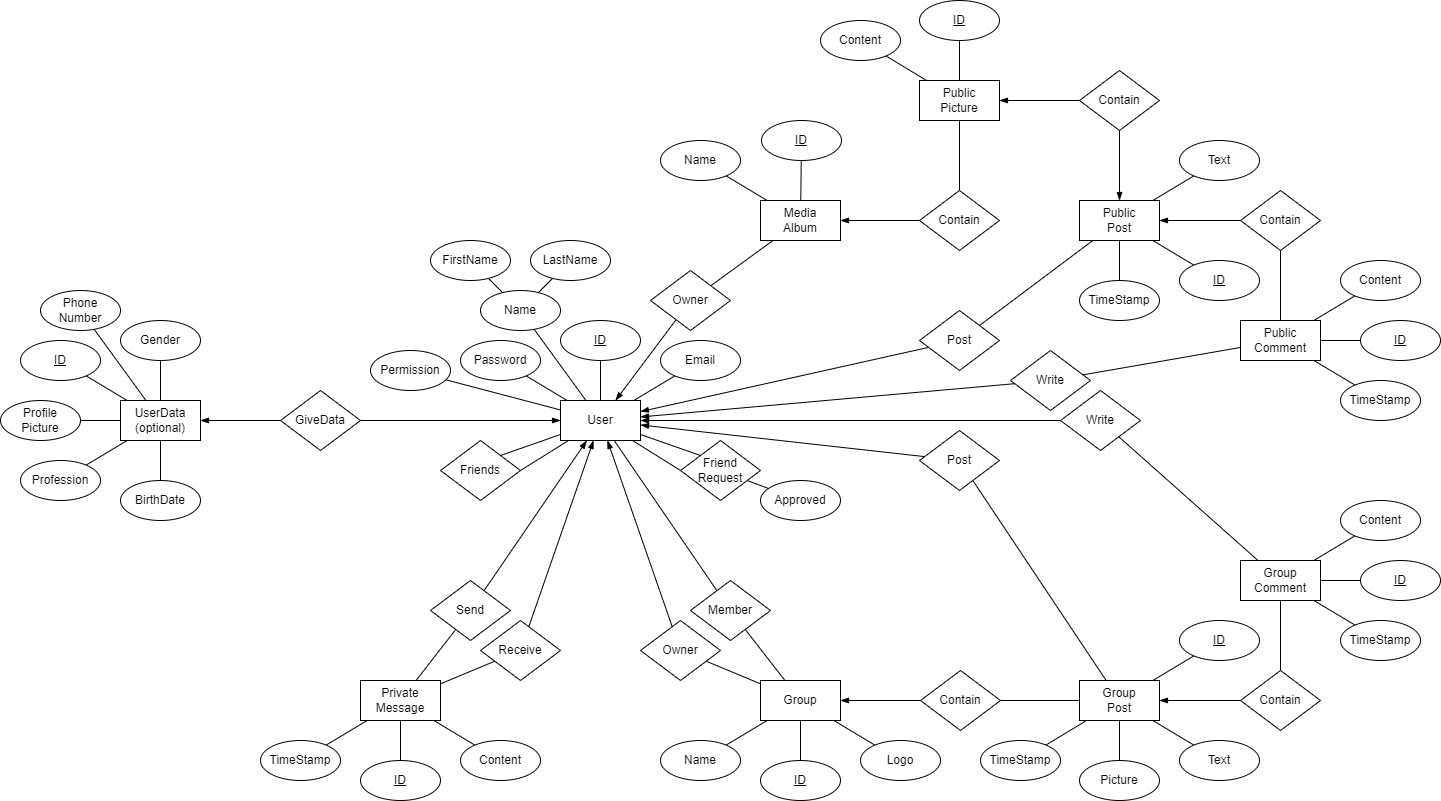
The draw.io diagram documentation/diagrams/er_diagram.png in AasinR/post-request, before a commit. Source tidied: cells renumbered, new cells last; positions are measured from the earlier drawing's top-left corner, leaving out a move shared by most shapes.
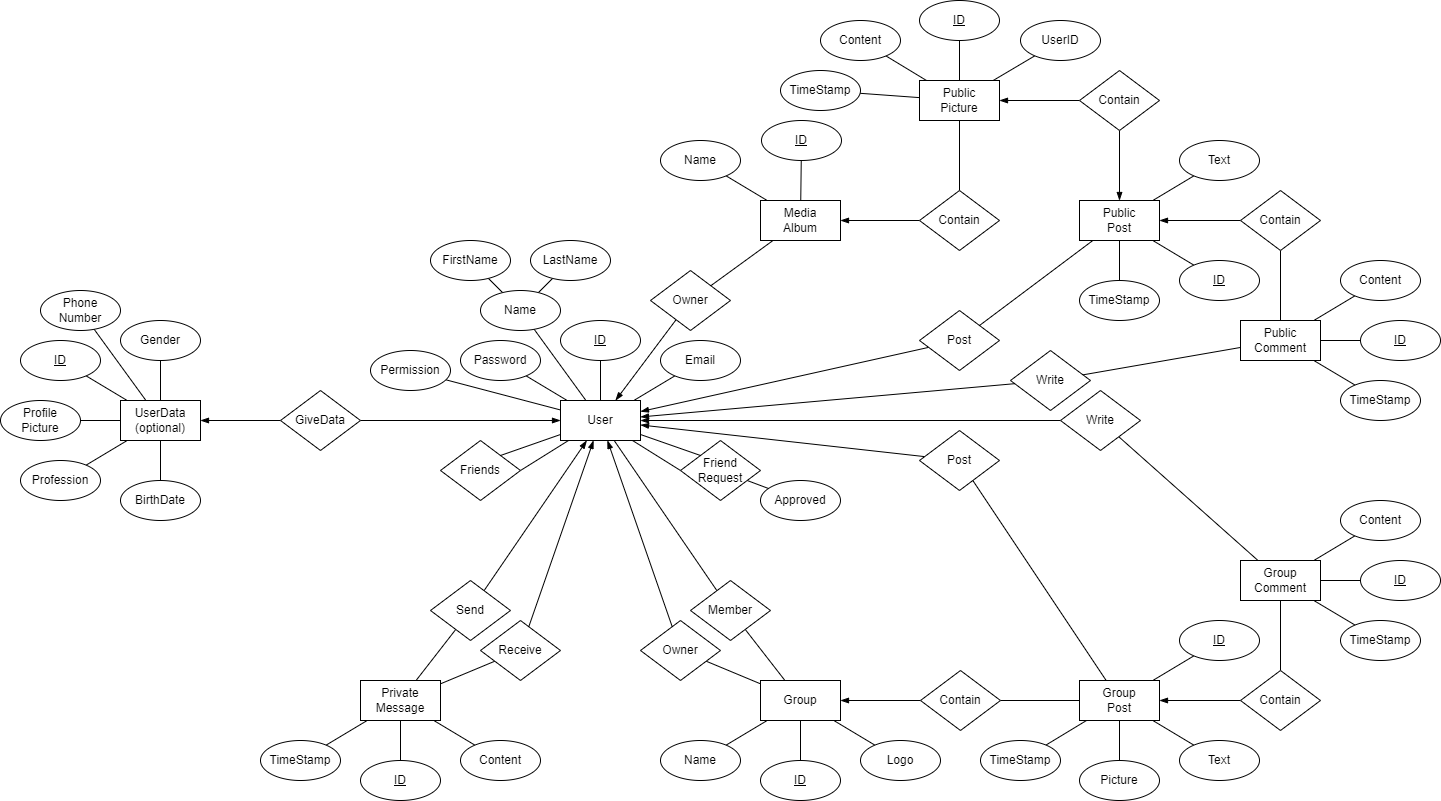
After the commit.

The edit, as a diff of the source:
```diff
@@ -410,5 +410,17 @@
     <mxCell id="137" value="Picture" style="ellipse;whiteSpace=wrap;html=1;" parent="1" vertex="1">
       <mxGeometry x="1079" y="760" width="80" height="40" as="geometry" />
     </mxCell>
+    <mxCell id="138" style="rounded=0;jettySize=auto;html=1;endArrow=none;endFill=0;" parent="1" edge="1" source="139" target="113">
+      <mxGeometry relative="1" as="geometry" />
+    </mxCell>
+    <mxCell id="139" value="UserID" style="ellipse;whiteSpace=wrap;html=1;" parent="1" vertex="1">
+      <mxGeometry x="1020" y="20" width="80" height="40" as="geometry" />
+    </mxCell>
+    <mxCell id="140" style="edgeStyle=none;rounded=0;jettySize=auto;html=1;endArrow=none;endFill=0;" parent="1" edge="1" source="141" target="113">
+      <mxGeometry relative="1" as="geometry" />
+    </mxCell>
+    <mxCell id="141" value="TimeStamp" style="ellipse;whiteSpace=wrap;html=1;" parent="1" vertex="1">
+      <mxGeometry x="780" y="70" width="80" height="40" as="geometry" />
+    </mxCell>
   </root>
 </mxGraphModel>
```
